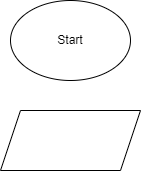
Before: ex000.drawio.png, a diagram exported from draw.io (JuliaBabina/Practicum). Source tidied: cells renumbered, new cells last; positions are measured from the earlier drawing's top-left corner, leaving out a move shared by most shapes.
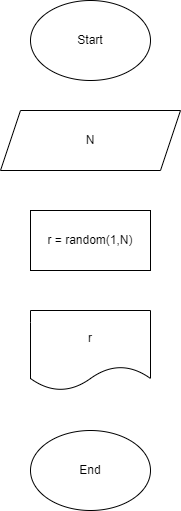
Later version of the same file.

The edit, as a diff of the source:
```diff
@@ -5,11 +5,17 @@
     <mxCell id="2" value="Start" style="ellipse;whiteSpace=wrap;html=1;" parent="1" vertex="1">
       <mxGeometry x="10" width="120" height="80" as="geometry" />
     </mxCell>
-    <mxCell id="3" style="shape=parallelogram;perimeter=parallelogramPerimeter;whiteSpace=wrap;html=1;fixedSize=1;" parent="1" vertex="1">
-      <mxGeometry x="10" y="110" width="120" height="60" as="geometry" />
-    </mxCell>
-    <mxCell id="4" style="shape=parallelogram;perimeter=parallelogramPerimeter;whiteSpace=wrap;html=1;fixedSize=1;" parent="1" vertex="1">
-      <mxGeometry y="110" width="140" height="60" as="geometry" />
-    </mxCell>
+    <mxCell id="5" value="N" style="shape=parallelogram;perimeter=parallelogramPerimeter;whiteSpace=wrap;html=1;fixedSize=1;" parent="1" vertex="1">
+      <mxGeometry x="-20" y="110" width="180" height="60" as="geometry" />
+    </mxCell>
+    <mxCell id="6" value="r = random(1,N)" style="rounded=0;whiteSpace=wrap;html=1;" parent="1" vertex="1">
+      <mxGeometry x="10" y="210" width="120" height="60" as="geometry" />
+    </mxCell>
+    <mxCell id="7" value="r" style="shape=document;whiteSpace=wrap;html=1;boundedLbl=1;" parent="1" vertex="1">
+      <mxGeometry x="10" y="310" width="120" height="80" as="geometry" />
+    </mxCell>
+    <mxCell id="8" value="End" style="ellipse;whiteSpace=wrap;html=1;" parent="1" vertex="1">
+      <mxGeometry x="10" y="430" width="120" height="80" as="geometry" />
+    </mxCell>
   </root>
 </mxGraphModel>
```
